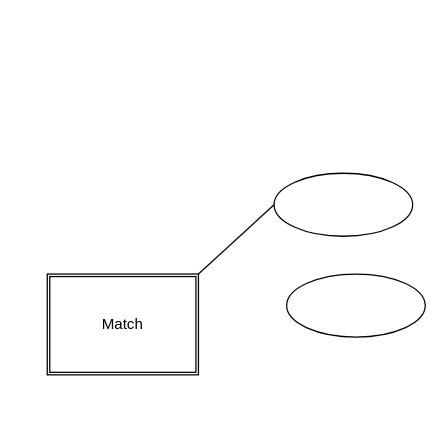
Before: first.drawio in Vansh16aug/DBMS_FLOWCHARTS, a draw.io diagram. Source tidied: cells renumbered, new cells numbered last; positions are measured from the earlier drawing's top-left corner, leaving out a move shared by most shapes. Both pictures are drawn from the tidied source at 126%, with x=0, y=0 at pixel (47, 173).
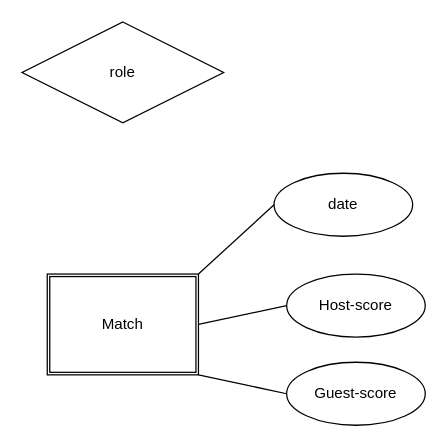
The same page after the edit.

The edit, as a diff of the source:
```diff
@@
 <mxGraphModel>
   <root>
     <mxCell id="0" />
     <mxCell id="1" parent="0" />
     <mxCell id="2" value="Match" style="shape=ext;double=1;rounded=0;whiteSpace=wrap;html=1;" parent="1" vertex="1">
       <mxGeometry y="80" width="120" height="80" as="geometry" />
     </mxCell>
-    <mxCell id="3" style="ellipse;whiteSpace=wrap;html=1;" parent="1" vertex="1">
+    <mxCell id="3" value="date" style="ellipse;whiteSpace=wrap;html=1;" parent="1" vertex="1">
       <mxGeometry x="180" width="110" height="50" as="geometry" />
     </mxCell>
     <mxCell id="4" style="endArrow=none;html=1;rounded=0;entryX=0;entryY=0.5;entryDx=0;entryDy=0;" parent="1" edge="1" target="3">
       <mxGeometry relative="1" as="geometry">
         <mxPoint x="120" y="80" as="sourcePoint" />
       </mxGeometry>
     </mxCell>
-    <mxCell id="5" style="ellipse;whiteSpace=wrap;html=1;" parent="1" vertex="1">
+    <mxCell id="5" value="Host-score" style="ellipse;whiteSpace=wrap;html=1;" parent="1" vertex="1">
       <mxGeometry x="190" y="80" width="110" height="50" as="geometry" />
     </mxCell>
+    <mxCell id="6" style="endArrow=none;html=1;rounded=0;entryX=0;entryY=0.5;entryDx=0;entryDy=0;exitX=1;exitY=0.5;exitDx=0;exitDy=0;" parent="1" edge="1" source="2" target="5">
+      <mxGeometry relative="1" as="geometry" />
+    </mxCell>
+    <mxCell id="7" value="Guest-score" style="ellipse;whiteSpace=wrap;html=1;" parent="1" vertex="1">
+      <mxGeometry x="190" y="150" width="110" height="50" as="geometry" />
+    </mxCell>
+    <mxCell id="8" style="endArrow=none;html=1;rounded=0;entryX=0;entryY=0.5;entryDx=0;entryDy=0;exitX=1;exitY=0.5;exitDx=0;exitDy=0;" parent="1" edge="1" target="7">
+      <mxGeometry relative="1" as="geometry">
+        <mxPoint x="120" y="160" as="sourcePoint" />
+      </mxGeometry>
+    </mxCell>
+    <mxCell id="9" value="role" style="rhombus;whiteSpace=wrap;html=1;" parent="1" vertex="1">
+      <mxGeometry x="-20" y="-120" width="160" height="80" as="geometry" />
+    </mxCell>
   </root>
 </mxGraphModel>
```
